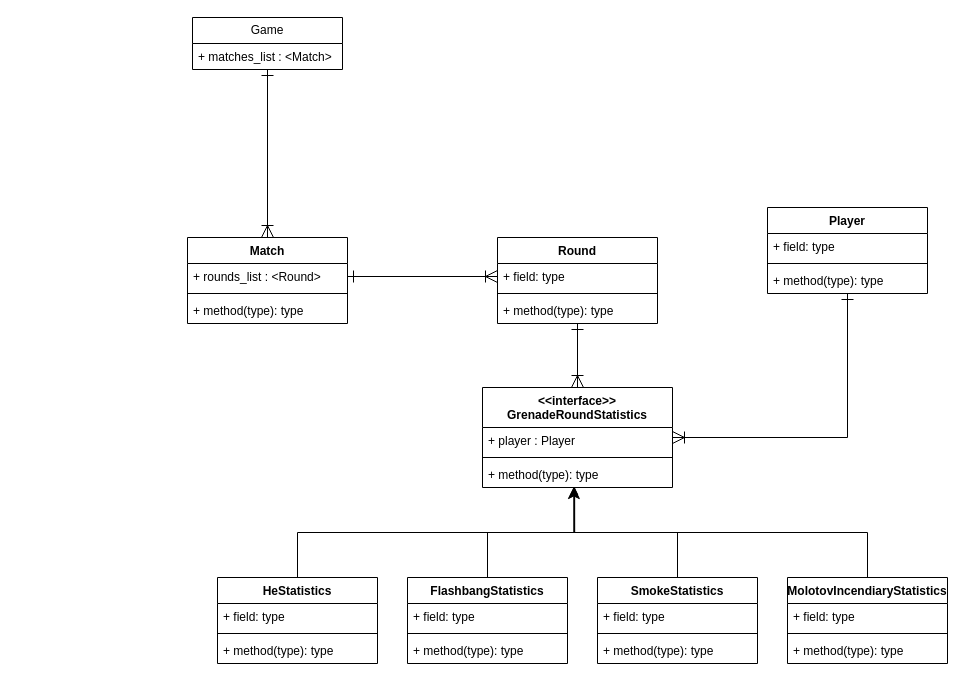
emanueldopater/drawio keeps this draw.io diagram as game_statistics_architecture.drawio. Above is the earlier version. Source tidied: cells renumbered, new cells numbered last; positions are measured from the earlier drawing's top-left corner, leaving out a move shared by most shapes. Both pictures are drawn from the tidied source at 100%, with x=0, y=0 at pixel (187, 17).
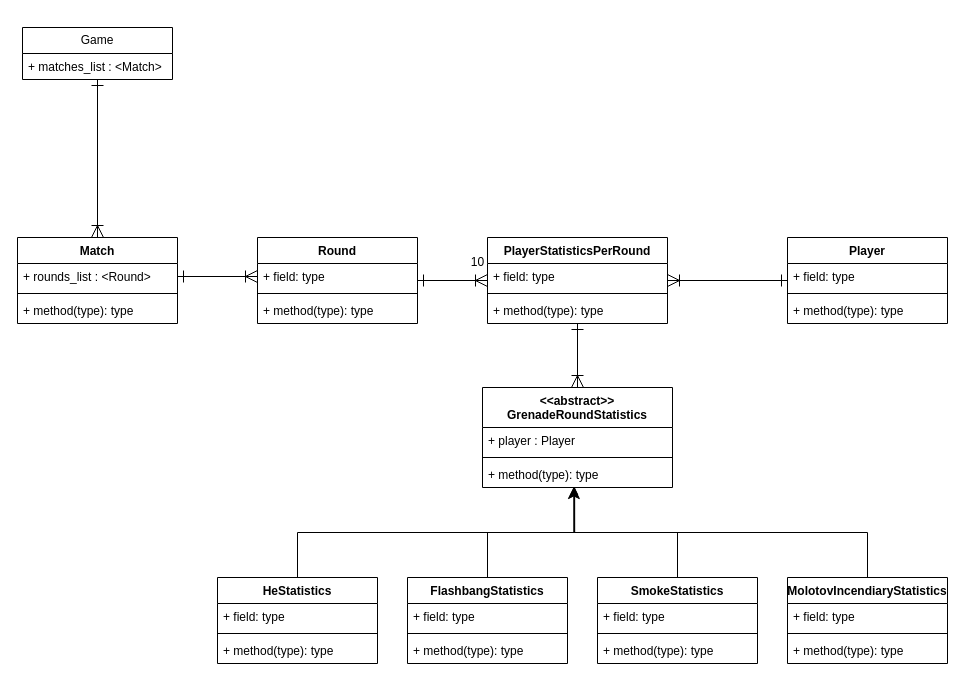
After the change.

Unchanged cells that the change refers to:
```xml
<mxCell id="6" value="+ rounds_list : &amp;lt;Round&amp;gt;&lt;br&gt;" style="text;strokeColor=none;fillColor=none;align=left;verticalAlign=top;spacingLeft=4;spacingRight=4;overflow=hidden;points=[[0,0.5],[1,0.5]];portConstraint=eastwest;whiteSpace=wrap;html=1;" parent="5" vertex="1">
  <mxGeometry y="26" width="160" height="26" as="geometry" />
</mxCell>
```

What changed in the source:
```diff
@@
     <mxCell id="2" value="Game" style="swimlane;fontStyle=0;horizontal=1;startSize=26;fillColor=none;whiteSpace=wrap;html=1;" parent="1" vertex="1">
-      <mxGeometry x="5" width="150" height="52" as="geometry" />
+      <mxGeometry x="-165" y="10" width="150" height="52" as="geometry" />
     </mxCell>
@@
     <mxCell id="5" value="Match" style="swimlane;fontStyle=1;align=center;verticalAlign=top;horizontal=1;startSize=26;whiteSpace=wrap;html=1;" parent="1" vertex="1">
-      <mxGeometry y="220" width="160" height="86" as="geometry" />
+      <mxGeometry x="-170" y="220" width="160" height="86" as="geometry" />
     </mxCell>
@@
-    <mxCell id="10" value="Round" style="swimlane;fontStyle=1;align=center;verticalAlign=top;horizontal=1;startSize=26;whiteSpace=wrap;html=1;" parent="1" vertex="1">
-      <mxGeometry x="310" y="220" width="160" height="86" as="geometry" />
+    <mxCell id="10" value="PlayerStatisticsPerRound" style="swimlane;fontStyle=1;align=center;verticalAlign=top;horizontal=1;startSize=26;whiteSpace=wrap;html=1;" parent="1" vertex="1">
+      <mxGeometry x="300" y="220" width="180" height="86" as="geometry" />
     </mxCell>
     <mxCell id="11" value="+ field: type" style="text;strokeColor=none;fillColor=none;align=left;verticalAlign=top;spacingLeft=4;spacingRight=4;overflow=hidden;points=[[0,0.5],[1,0.5]];portConstraint=eastwest;whiteSpace=wrap;html=1;" parent="10" vertex="1">
-      <mxGeometry y="26" width="160" height="26" as="geometry" />
+      <mxGeometry y="26" width="180" height="26" as="geometry" />
     </mxCell>
     <mxCell id="12" style="line;strokeWidth=1;fillColor=none;align=left;verticalAlign=middle;spacingTop=-1;spacingLeft=3;spacingRight=3;labelPosition=right;strokeColor=inherit;" parent="10" vertex="1">
-      <mxGeometry y="52" width="160" height="8" as="geometry" />
+      <mxGeometry y="52" width="180" height="8" as="geometry" />
     </mxCell>
     <mxCell id="13" value="+ method(type): type" style="text;strokeColor=none;fillColor=none;align=left;verticalAlign=top;spacingLeft=4;spacingRight=4;overflow=hidden;whiteSpace=wrap;html=1;" parent="10" vertex="1">
-      <mxGeometry y="60" width="160" height="26" as="geometry" />
+      <mxGeometry y="60" width="180" height="26" as="geometry" />
     </mxCell>
-    <mxCell id="14" style="edgeStyle=orthogonalEdgeStyle;rounded=0;jettySize=auto;html=1;entryX=0;entryY=0.5;entryDx=0;entryDy=0;endArrow=ERoneToMany;endFill=0;startArrow=ERone;startFill=0;endSize=10;startSize=10;" parent="1" edge="1" source="6" target="11">
+    <mxCell id="14" style="edgeStyle=orthogonalEdgeStyle;rounded=0;jettySize=auto;html=1;entryX=0;entryY=0.5;entryDx=0;entryDy=0;endArrow=ERoneToMany;endFill=0;startArrow=ERone;startFill=0;endSize=10;startSize=10;" parent="1" edge="1" source="6" target="47">
       <mxGeometry relative="1" as="geometry" />
     </mxCell>
-    <mxCell id="15" style="edgeStyle=orthogonalEdgeStyle;rounded=0;jettySize=auto;html=1;endArrow=ERone;endFill=0;startArrow=ERoneToMany;startFill=0;endSize=10;startSize=10;" parent="1" edge="1" source="16" target="40">
-      <mxGeometry relative="1" as="geometry">
-        <Array as="points">
-          <mxPoint x="660" y="420" />
-        </Array>
-      </mxGeometry>
-    </mxCell>
-    <mxCell id="16" value="&amp;lt;&amp;lt;interface&amp;gt;&amp;gt;&lt;br&gt;GrenadeRoundStatistics" style="swimlane;fontStyle=1;align=center;verticalAlign=top;horizontal=1;startSize=40;whiteSpace=wrap;html=1;" parent="1" vertex="1">
+    <mxCell id="16" value="&amp;lt;&amp;lt;abstract&amp;gt;&amp;gt;&lt;br&gt;GrenadeRoundStatistics" style="swimlane;fontStyle=1;align=center;verticalAlign=top;horizontal=1;startSize=40;whiteSpace=wrap;html=1;" parent="1" vertex="1">
       <mxGeometry x="295" y="370" width="190" height="100" as="geometry" />
     </mxCell>
@@
+    <mxCell id="44" style="edgeStyle=orthogonalEdgeStyle;rounded=0;jettySize=auto;html=1;endArrow=ERoneToMany;endFill=0;startArrow=ERone;startFill=0;endSize=10;startSize=10;" parent="1" edge="1" source="40" target="10">
+      <mxGeometry relative="1" as="geometry" />
+    </mxCell>
     <mxCell id="40" value="Player&lt;br&gt;" style="swimlane;fontStyle=1;align=center;verticalAlign=top;horizontal=1;startSize=26;whiteSpace=wrap;html=1;" parent="1" vertex="1">
-      <mxGeometry x="580" y="190" width="160" height="86" as="geometry" />
+      <mxGeometry x="600" y="220" width="160" height="86" as="geometry" />
     </mxCell>
@@
+    <mxCell id="45" style="edgeStyle=orthogonalEdgeStyle;rounded=0;jettySize=auto;html=1;endArrow=ERoneToMany;endFill=0;startArrow=ERone;startFill=0;endSize=10;startSize=10;" parent="1" edge="1" source="46" target="10">
+      <mxGeometry relative="1" as="geometry" />
+    </mxCell>
+    <mxCell id="46" value="Round" style="swimlane;fontStyle=1;align=center;verticalAlign=top;horizontal=1;startSize=26;whiteSpace=wrap;html=1;" parent="1" vertex="1">
+      <mxGeometry x="70" y="220" width="160" height="86" as="geometry" />
+    </mxCell>
+    <mxCell id="47" value="+ field: type" style="text;strokeColor=none;fillColor=none;align=left;verticalAlign=top;spacingLeft=4;spacingRight=4;overflow=hidden;points=[[0,0.5],[1,0.5]];portConstraint=eastwest;whiteSpace=wrap;html=1;" parent="46" vertex="1">
+      <mxGeometry y="26" width="160" height="26" as="geometry" />
+    </mxCell>
+    <mxCell id="48" style="line;strokeWidth=1;fillColor=none;align=left;verticalAlign=middle;spacingTop=-1;spacingLeft=3;spacingRight=3;labelPosition=right;strokeColor=inherit;" parent="46" vertex="1">
+      <mxGeometry y="52" width="160" height="8" as="geometry" />
+    </mxCell>
+    <mxCell id="49" value="+ method(type): type" style="text;strokeColor=none;fillColor=none;align=left;verticalAlign=top;spacingLeft=4;spacingRight=4;overflow=hidden;whiteSpace=wrap;html=1;" parent="46" vertex="1">
+      <mxGeometry y="60" width="160" height="26" as="geometry" />
+    </mxCell>
+    <mxCell id="50" value="10&lt;br&gt;" style="text;html=1;align=center;verticalAlign=middle;strokeColor=none;fillColor=none;" parent="1" vertex="1">
+      <mxGeometry x="270" y="230" width="40" height="30" as="geometry" />
+    </mxCell>
```
